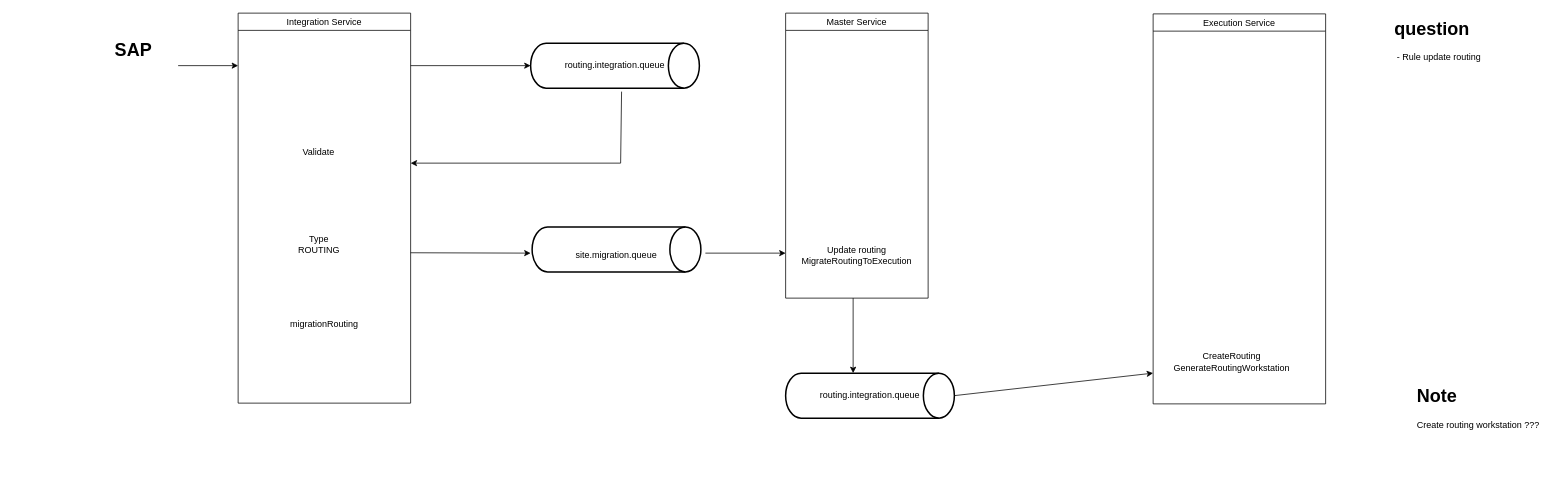
The draw.io diagram page "[GRID] Import Route" (6 of 6) of Realtime.drawio in tuankhoi2206/Draft-system-overview, before the edit. Source tidied: cells renumbered, new cells numbered last; positions are measured from the earlier drawing's top-left corner, leaving out a move shared by most shapes. Both pictures are drawn from the tidied source at 75%, with x=0, y=0 at pixel (95, 13).
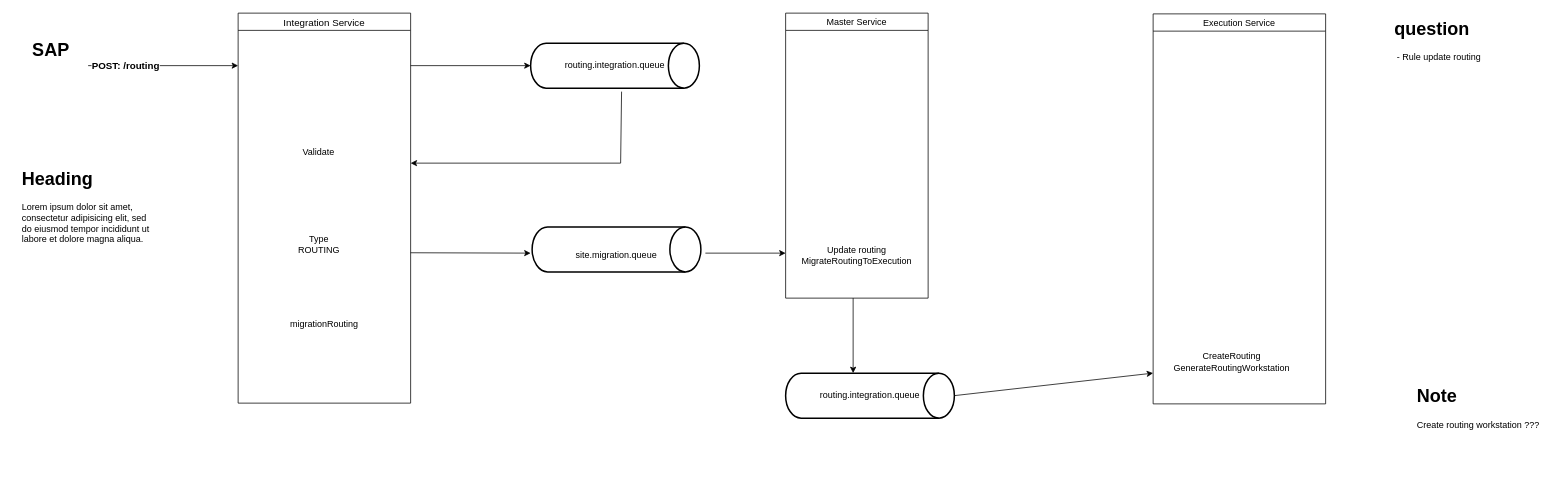
The same page after the edit.

Diff of the diagram source:
```diff
@@
     <mxCell id="3" value="SAP" style="text;strokeColor=none;fillColor=none;html=1;fontSize=24;fontStyle=1;verticalAlign=middle;align=center;" parent="1" vertex="1">
-      <mxGeometry y="30" width="100" height="40" as="geometry" />
+      <mxGeometry x="-110" y="30" width="100" height="40" as="geometry" />
     </mxCell>
-    <mxCell id="4" value="&lt;span style=&quot;font-weight: 400;&quot;&gt;Integration Service&lt;/span&gt;" style="swimlane;whiteSpace=wrap;html=1;" parent="1" vertex="1">
+    <mxCell id="4" value="&lt;span style=&quot;font-weight: 400;&quot;&gt;Integration Service&lt;/span&gt;" style="swimlane;whiteSpace=wrap;html=1;fontSize=13;" parent="1" vertex="1">
       <mxGeometry x="190" width="230" height="520" as="geometry" />
     </mxCell>
@@
-    <mxCell id="6" value="V&lt;span style=&quot;background-color: initial;&quot;&gt;alidate&lt;/span&gt;" style="text;html=1;align=center;verticalAlign=middle;whiteSpace=wrap;rounded=0;" parent="4" vertex="1">
-      <mxGeometry x="70" y="170" width="75" height="30" as="geometry" />
-    </mxCell>
@@
+    <mxCell id="6" value="V&lt;span style=&quot;background-color: initial;&quot;&gt;alidate&lt;/span&gt;" style="text;html=1;align=center;verticalAlign=middle;whiteSpace=wrap;rounded=0;" parent="4" vertex="1">
+      <mxGeometry x="70" y="170" width="75" height="30" as="geometry" />
+    </mxCell>
-    <mxCell id="9" style="endArrow=classic;html=1;rounded=0;" parent="1" edge="1">
+    <mxCell id="9" style="endArrow=classic;html=1;rounded=0;exitX=1;exitY=1;exitDx=0;exitDy=0;" parent="1" edge="1" source="3">
       <mxGeometry relative="1" as="geometry">
-        <mxPoint x="110" y="70" as="sourcePoint" />
         <mxPoint x="190" y="70" as="targetPoint" />
       </mxGeometry>
     </mxCell>
+    <mxCell id="24" value="POST: /routing" style="edgeLabel;html=1;align=center;verticalAlign=middle;fontStyle=1;fontSize=13;" parent="9" vertex="1">
+      <mxGeometry x="-0.51" y="1" relative="1" as="geometry" />
+    </mxCell>
@@
+    <mxCell id="25" value="&lt;h1 style=&quot;margin-top: 0px;&quot;&gt;Heading&lt;/h1&gt;&lt;p&gt;Lorem ipsum dolor sit amet, consectetur adipisicing elit, sed do eiusmod tempor incididunt ut labore et dolore magna aliqua.&lt;/p&gt;" style="text;html=1;whiteSpace=wrap;overflow=hidden;rounded=0;" parent="1" vertex="1">
+      <mxGeometry x="-100" y="200" width="180" height="120" as="geometry" />
+    </mxCell>
```
